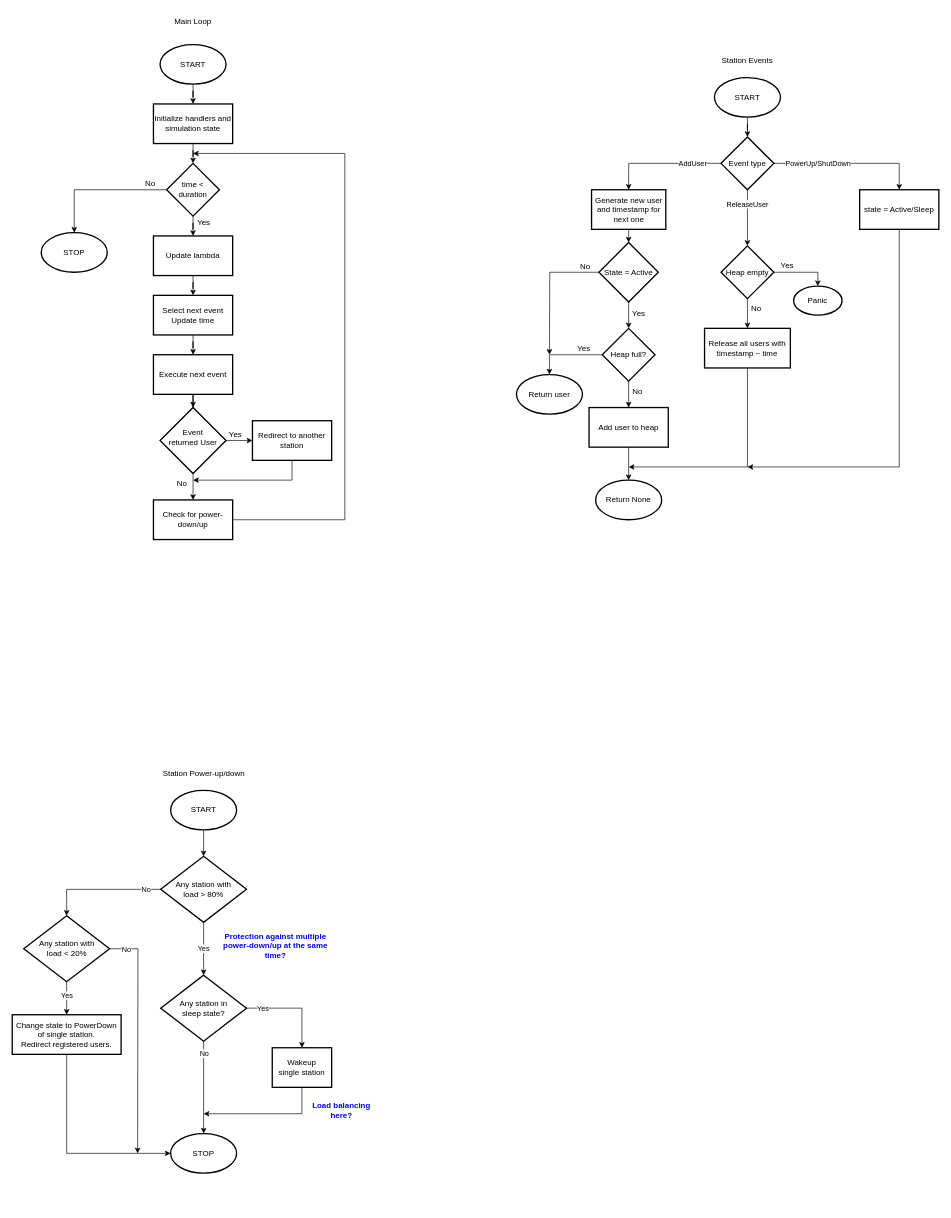
This is docs/loop_diagram.drawio from jakubkruszyk/cassidy, a draw.io file, before an edit. Source tidied: cells renumbered, new cells numbered last; positions are measured from the earlier drawing's top-left corner, leaving out a move shared by most shapes. Both pictures are drawn from the tidied source at 66%, with x=0, y=0 at pixel (12, 11).
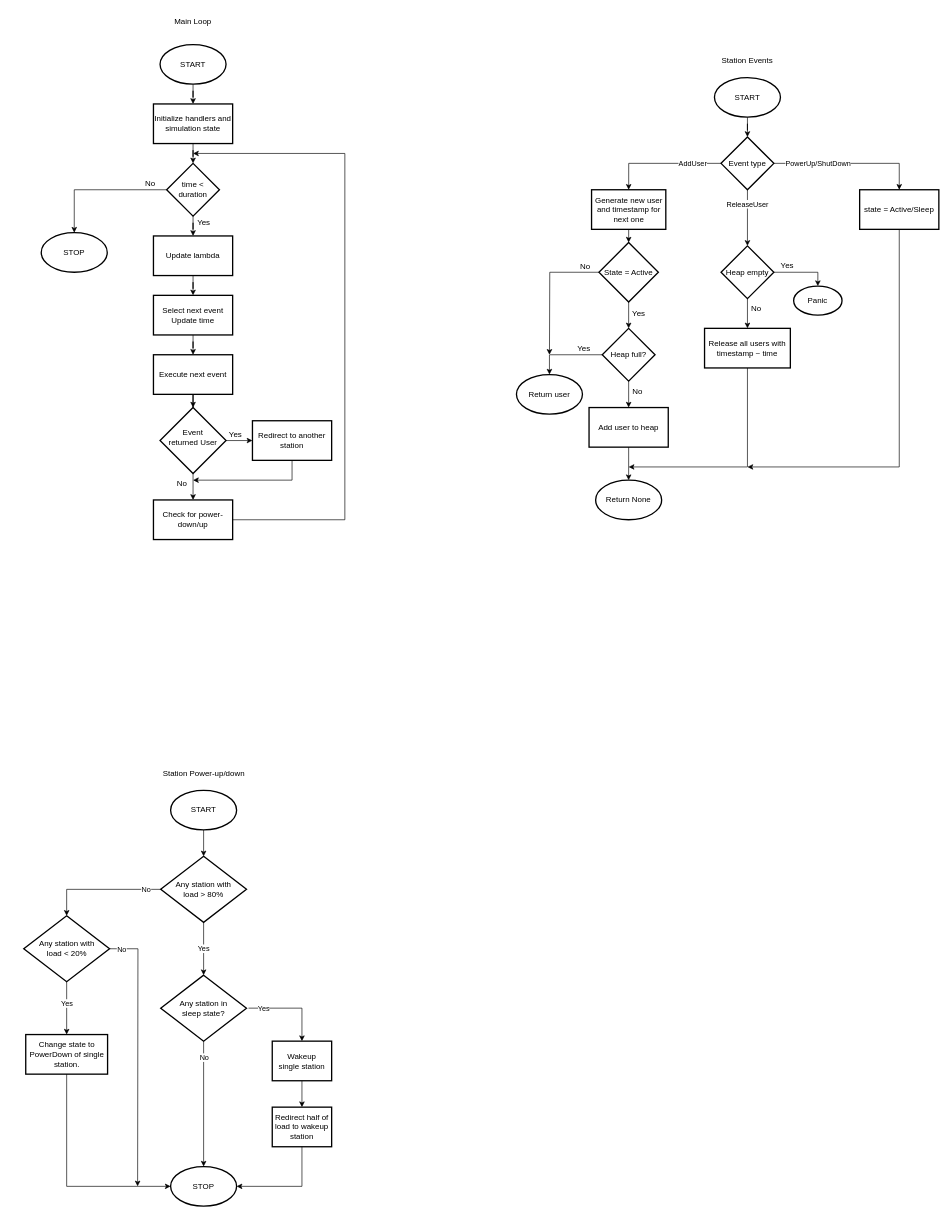
Above is the later version.

Commit message (it also covers changes not shown here):
Added power-up/down mechanics.

The change refers to these unchanged cells:
```xml
<mxCell id="73" value="Any station in&lt;br&gt;sleep state?" style="rhombus;whiteSpace=wrap;html=1;strokeWidth=2;" parent="1" vertex="1">
  <mxGeometry x="225" y="1460" width="130" height="100" as="geometry" />
</mxCell>
<mxCell id="83" value="Any station with&lt;br&gt;load &amp;lt; 20%" style="rhombus;whiteSpace=wrap;html=1;strokeWidth=2;" parent="1" vertex="1">
  <mxGeometry x="17.5" y="1370" width="130" height="100" as="geometry" />
</mxCell>
```

The edit, as a diff of the source:
```diff
@@
-    <mxCell id="71" style="edgeStyle=orthogonalEdgeStyle;rounded=0;jettySize=auto;html=1;" parent="1" edge="1" source="73" target="74">
-      <mxGeometry relative="1" as="geometry" />
+    <mxCell id="71" style="edgeStyle=orthogonalEdgeStyle;rounded=0;jettySize=auto;html=1;entryX=0.5;entryY=0;entryDx=0;entryDy=0;" parent="1" edge="1" target="74">
+      <mxGeometry relative="1" as="geometry">
+        <mxPoint x="358" y="1510" as="sourcePoint" />
+        <Array as="points">
+          <mxPoint x="439" y="1510" />
+        </Array>
+      </mxGeometry>
     </mxCell>
@@
+    <mxCell id="88" style="edgeStyle=orthogonalEdgeStyle;rounded=0;jettySize=auto;html=1;" parent="1" edge="1" source="74" target="89">
+      <mxGeometry relative="1" as="geometry" />
+    </mxCell>
     <mxCell id="74" value="Wakeup &lt;br&gt;single station" style="whiteSpace=wrap;html=1;strokeWidth=2;" parent="1" vertex="1">
-      <mxGeometry x="394" y="1570" width="90" height="60" as="geometry" />
+      <mxGeometry x="394" y="1560" width="90" height="60" as="geometry" />
     </mxCell>
     <mxCell id="75" value="STOP" style="strokeWidth=2;html=1;shape=mxgraph.flowchart.start_1;whiteSpace=wrap;" parent="1" vertex="1">
-      <mxGeometry x="240" y="1700" width="100" height="60" as="geometry" />
+      <mxGeometry x="240" y="1750" width="100" height="60" as="geometry" />
     </mxCell>
@@
-    <mxCell id="78" style="edgeStyle=orthogonalEdgeStyle;rounded=0;jettySize=auto;html=1;exitX=0.5;exitY=1;exitDx=0;exitDy=0;" parent="1" edge="1" source="74">
-      <mxGeometry relative="1" as="geometry">
-        <mxPoint x="290" y="1670" as="targetPoint" />
-        <Array as="points">
-          <mxPoint x="439" y="1670" />
-        </Array>
-      </mxGeometry>
-    </mxCell>
@@
     <mxCell id="81" style="edgeStyle=orthogonalEdgeStyle;rounded=0;jettySize=auto;html=1;exitX=1;exitY=0.5;exitDx=0;exitDy=0;" parent="1" edge="1" source="83">
       <mxGeometry relative="1" as="geometry">
-        <mxPoint x="190" y="1730" as="targetPoint" />
+        <mxPoint x="190" y="1780" as="targetPoint" />
       </mxGeometry>
     </mxCell>
     <mxCell id="82" value="No" style="edgeLabel;html=1;align=center;verticalAlign=middle;" parent="81" vertex="1">
-      <mxGeometry x="-0.86" relative="1" as="geometry" />
+      <mxGeometry x="-0.86" relative="1" as="geometry">
+        <mxPoint x="-10" as="offset" />
+      </mxGeometry>
     </mxCell>
@@
-    <mxCell id="84" value="Change state to PowerDown of single station.&lt;br&gt;Redirect registered users." style="whiteSpace=wrap;html=1;strokeWidth=2;" parent="1" vertex="1">
-      <mxGeometry y="1520" width="165" height="60" as="geometry" />
+    <mxCell id="84" value="Change state to PowerDown of single station." style="whiteSpace=wrap;html=1;strokeWidth=2;" parent="1" vertex="1">
+      <mxGeometry x="20.5" y="1550" width="124" height="60" as="geometry" />
     </mxCell>
@@
-    <mxCell id="86" value="Load balancing here?" style="text;html=1;strokeColor=none;fillColor=none;align=center;verticalAlign=middle;whiteSpace=wrap;rounded=0;fontColor=#0000FF;fontStyle=1;" parent="1" vertex="1">
-      <mxGeometry x="454" y="1620" width="90" height="90" as="geometry" />
-    </mxCell>
-    <mxCell id="87" value="Protection against multiple power-down/up at the same time?" style="text;html=1;strokeColor=none;fillColor=none;align=center;verticalAlign=middle;whiteSpace=wrap;rounded=0;fontColor=#0000FF;fontStyle=1;" parent="1" vertex="1">
-      <mxGeometry x="314" y="1370" width="170" height="90" as="geometry" />
-    </mxCell>
+    <mxCell id="89" value="Redirect half of load to wakeup station" style="whiteSpace=wrap;html=1;strokeWidth=2;" parent="1" vertex="1">
+      <mxGeometry x="394" y="1660" width="90" height="60" as="geometry" />
+    </mxCell>
+    <mxCell id="90" style="edgeStyle=orthogonalEdgeStyle;rounded=0;jettySize=auto;html=1;exitX=0.5;exitY=1;exitDx=0;exitDy=0;entryX=1;entryY=0.5;entryDx=0;entryDy=0;entryPerimeter=0;" parent="1" edge="1" source="89" target="75">
+      <mxGeometry relative="1" as="geometry" />
+    </mxCell>
```
